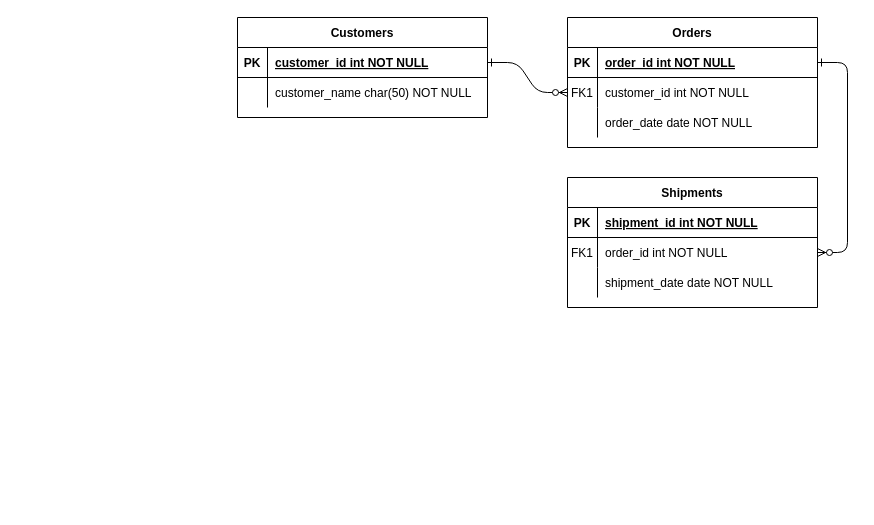
This is Manivannan_Assign3.drawio from JaikishanMK0701/Projects, a draw.io file, before an edit. Source tidied: cells renumbered, new cells numbered last; positions are measured from the earlier drawing's top-left corner, leaving out a move shared by most shapes. Both pictures are drawn from the tidied source at 100%, with x=0, y=0 at pixel (237, 17).
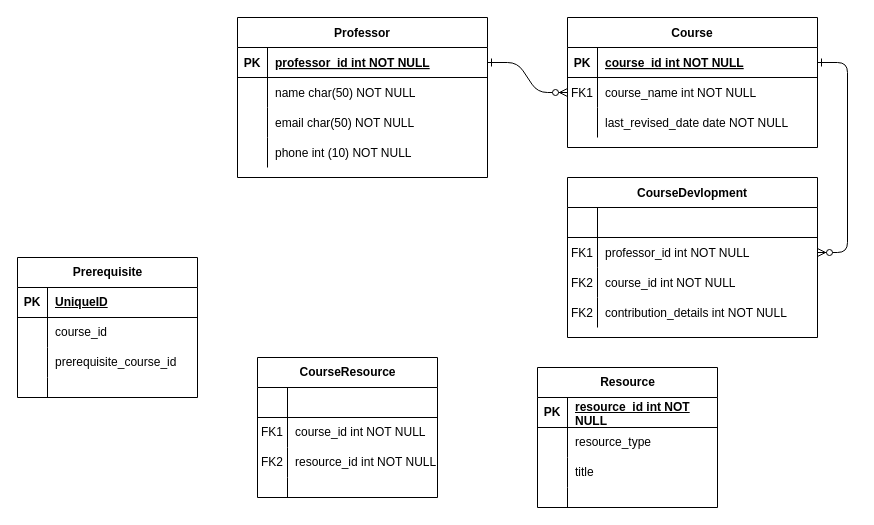
Above is the later version.

Unchanged cells that the change refers to:
```xml
<mxCell id="5" style="shape=partialRectangle;fillColor=none;points=[[0,0.5],[1,0.5]];portConstraint=eastwest;top=0;left=0;right=0;bottom=1;" parent="4" vertex="1">
  <mxGeometry y="30" width="250" height="30" as="geometry" />
</mxCell>
<mxCell id="8" style="shape=partialRectangle;fillColor=none;points=[[0,0.5],[1,0.5]];portConstraint=eastwest;top=0;left=0;right=0;bottom=0;" parent="4" vertex="1">
  <mxGeometry y="60" width="250" height="30" as="geometry" />
</mxCell>
<mxCell id="11" style="shape=partialRectangle;fillColor=none;top=0;left=0;right=0;bottom=0;" parent="4" vertex="1">
  <mxGeometry y="90" width="250" height="30" as="geometry" />
</mxCell>
<mxCell id="15" style="shape=partialRectangle;fillColor=none;top=0;left=0;right=0;bottom=1;" parent="14" vertex="1">
  <mxGeometry y="30" width="250" height="30" as="geometry" />
</mxCell>
<mxCell id="18" style="shape=partialRectangle;fillColor=none;points=[[0,0.5],[1,0.5]];portConstraint=eastwest;top=0;left=0;right=0;bottom=0;" parent="14" vertex="1">
  <mxGeometry y="60" width="250" height="30" as="geometry" />
</mxCell>
<mxCell id="21" style="shape=partialRectangle;fillColor=none;top=0;left=0;right=0;bottom=0;" parent="14" vertex="1">
  <mxGeometry y="90" width="250" height="30" as="geometry" />
</mxCell>
<mxCell id="25" style="shape=partialRectangle;fillColor=none;points=[[0,0.5],[1,0.5]];portConstraint=eastwest;top=0;left=0;right=0;bottom=1;" parent="24" vertex="1">
  <mxGeometry y="30" width="250" height="30" as="geometry" />
</mxCell>
```

What changed in the source:
```diff
@@
-    <mxCell id="4" value="Orders" style="shape=table;startSize=30;childLayout=tableLayout;rowLines=0;fontStyle=1;align=center;" parent="1" vertex="1">
+    <mxCell id="4" value="Course" style="shape=table;startSize=30;childLayout=tableLayout;rowLines=0;fontStyle=1;align=center;" parent="1" vertex="1">
       <mxGeometry x="330" width="250" height="130" as="geometry" />
     </mxCell>
@@
-    <mxCell id="7" value="order_id int NOT NULL " style="shape=partialRectangle;overflow=hidden;fillColor=none;top=0;left=0;bottom=0;right=0;align=left;spacingLeft=6;fontStyle=5;" parent="5" vertex="1">
+    <mxCell id="7" value="course_id int NOT NULL " style="shape=partialRectangle;overflow=hidden;fillColor=none;top=0;left=0;bottom=0;right=0;align=left;spacingLeft=6;fontStyle=5;" parent="5" vertex="1">
       <mxGeometry x="30" width="220" height="30" as="geometry" />
     </mxCell>
@@
-    <mxCell id="10" value="customer_id int NOT NULL" style="shape=partialRectangle;overflow=hidden;fillColor=none;top=0;left=0;bottom=0;right=0;align=left;spacingLeft=6;" parent="8" vertex="1">
+    <mxCell id="10" value="course_name int NOT NULL" style="shape=partialRectangle;overflow=hidden;fillColor=none;top=0;left=0;bottom=0;right=0;align=left;spacingLeft=6;" parent="8" vertex="1">
       <mxGeometry x="30" width="220" height="30" as="geometry" />
     </mxCell>
@@
-    <mxCell id="13" value="order_date date NOT NULL" style="shape=partialRectangle;overflow=hidden;fillColor=none;top=0;left=0;bottom=0;right=0;align=left;spacingLeft=6;" parent="11" vertex="1">
+    <mxCell id="13" value="last_revised_date date NOT NULL" style="shape=partialRectangle;overflow=hidden;fillColor=none;top=0;left=0;bottom=0;right=0;align=left;spacingLeft=6;" parent="11" vertex="1">
       <mxGeometry x="30" width="220" height="30" as="geometry" />
     </mxCell>
-    <mxCell id="14" value="Shipments" style="shape=table;startSize=30;childLayout=tableLayout;rowLines=0;fontStyle=1;align=center;" parent="1" vertex="1">
-      <mxGeometry x="330" y="160" width="250" height="130" as="geometry" />
+    <mxCell id="14" value="CourseDevlopment" style="shape=table;startSize=30;childLayout=tableLayout;rowLines=0;fontStyle=1;align=center;" parent="1" vertex="1">
+      <mxGeometry x="330" y="160" width="250" height="160" as="geometry" />
     </mxCell>
@@
-    <mxCell id="16" value="PK" style="shape=partialRectangle;overflow=hidden;fillColor=none;top=0;left=0;bottom=0;right=0;fontStyle=1;" parent="15" vertex="1">
+    <mxCell id="16" style="shape=partialRectangle;overflow=hidden;fillColor=none;top=0;left=0;bottom=0;right=0;fontStyle=1;" parent="15" vertex="1">
       <mxGeometry width="30" height="30" as="geometry" />
     </mxCell>
-    <mxCell id="17" value="shipment_id int NOT NULL " style="shape=partialRectangle;overflow=hidden;fillColor=none;top=0;left=0;bottom=0;right=0;align=left;spacingLeft=6;fontStyle=5;" parent="15" vertex="1">
+    <mxCell id="17" style="shape=partialRectangle;overflow=hidden;fillColor=none;top=0;left=0;bottom=0;right=0;align=left;spacingLeft=6;fontStyle=5;" parent="15" vertex="1">
       <mxGeometry x="30" width="220" height="30" as="geometry" />
     </mxCell>
@@
-    <mxCell id="20" value="order_id int NOT NULL" style="shape=partialRectangle;overflow=hidden;fillColor=none;top=0;left=0;bottom=0;right=0;align=left;spacingLeft=6;" parent="18" vertex="1">
+    <mxCell id="20" value="professor_id int NOT NULL" style="shape=partialRectangle;overflow=hidden;fillColor=none;top=0;left=0;bottom=0;right=0;align=left;spacingLeft=6;" parent="18" vertex="1">
       <mxGeometry x="30" width="220" height="30" as="geometry" />
     </mxCell>
@@
-    <mxCell id="22" style="shape=partialRectangle;overflow=hidden;fillColor=none;top=0;left=0;bottom=0;right=0;" parent="21" vertex="1">
+    <mxCell id="22" value="FK2" style="shape=partialRectangle;overflow=hidden;fillColor=none;top=0;left=0;bottom=0;right=0;" parent="21" vertex="1">
       <mxGeometry width="30" height="30" as="geometry" />
     </mxCell>
-    <mxCell id="23" value="shipment_date date NOT NULL" style="shape=partialRectangle;overflow=hidden;fillColor=none;top=0;left=0;bottom=0;right=0;align=left;spacingLeft=6;" parent="21" vertex="1">
+    <mxCell id="23" value="course_id int NOT NULL" style="shape=partialRectangle;overflow=hidden;fillColor=none;top=0;left=0;bottom=0;right=0;align=left;spacingLeft=6;" parent="21" vertex="1">
       <mxGeometry x="30" width="220" height="30" as="geometry" />
     </mxCell>
+    <mxCell id="31" style="shape=partialRectangle;fillColor=none;top=0;left=0;right=0;bottom=0;" parent="14" vertex="1">
+      <mxGeometry y="120" width="250" height="30" as="geometry" />
+    </mxCell>
+    <mxCell id="32" value="FK2" style="shape=partialRectangle;overflow=hidden;fillColor=none;top=0;left=0;bottom=0;right=0;" parent="31" vertex="1">
+      <mxGeometry width="30" height="30" as="geometry" />
+    </mxCell>
+    <mxCell id="33" value="contribution_details int NOT NULL" style="shape=partialRectangle;overflow=hidden;fillColor=none;top=0;left=0;bottom=0;right=0;align=left;spacingLeft=6;" parent="31" vertex="1">
+      <mxGeometry x="30" width="220" height="30" as="geometry" />
+    </mxCell>
-    <mxCell id="24" value="Customers" style="shape=table;startSize=30;childLayout=tableLayout;rowLines=0;fontStyle=1;align=center;" parent="1" vertex="1">
-      <mxGeometry width="250" height="100" as="geometry" />
+    <mxCell id="24" value="Professor" style="shape=table;startSize=30;childLayout=tableLayout;rowLines=0;fontStyle=1;align=center;" parent="1" vertex="1">
+      <mxGeometry width="250" height="160" as="geometry" />
     </mxCell>
@@
-    <mxCell id="27" value="customer_id int NOT NULL " style="shape=partialRectangle;overflow=hidden;fillColor=none;top=0;left=0;bottom=0;right=0;align=left;spacingLeft=6;fontStyle=5;" parent="25" vertex="1">
+    <mxCell id="27" value="professor_id int NOT NULL " style="shape=partialRectangle;overflow=hidden;fillColor=none;top=0;left=0;bottom=0;right=0;align=left;spacingLeft=6;fontStyle=5;" parent="25" vertex="1">
       <mxGeometry x="30" width="220" height="30" as="geometry" />
     </mxCell>
+    <mxCell id="34" style="shape=partialRectangle;fillColor=none;top=0;left=0;right=0;bottom=0;" parent="24" vertex="1">
+      <mxGeometry y="60" width="250" height="30" as="geometry" />
+    </mxCell>
+    <mxCell id="35" style="shape=partialRectangle;overflow=hidden;fillColor=none;top=0;left=0;bottom=0;right=0;" parent="34" vertex="1">
+      <mxGeometry width="30" height="30" as="geometry" />
+    </mxCell>
+    <mxCell id="36" value="name char(50) NOT NULL" style="shape=partialRectangle;overflow=hidden;fillColor=none;top=0;left=0;bottom=0;right=0;align=left;spacingLeft=6;" parent="34" vertex="1">
+      <mxGeometry x="30" width="220" height="30" as="geometry" />
+    </mxCell>
+    <mxCell id="37" style="shape=partialRectangle;fillColor=none;top=0;left=0;right=0;bottom=0;" parent="24" vertex="1">
+      <mxGeometry y="90" width="250" height="30" as="geometry" />
+    </mxCell>
+    <mxCell id="38" style="shape=partialRectangle;overflow=hidden;fillColor=none;top=0;left=0;bottom=0;right=0;" parent="37" vertex="1">
+      <mxGeometry width="30" height="30" as="geometry" />
+    </mxCell>
+    <mxCell id="39" value="email char(50) NOT NULL" style="shape=partialRectangle;overflow=hidden;fillColor=none;top=0;left=0;bottom=0;right=0;align=left;spacingLeft=6;" parent="37" vertex="1">
+      <mxGeometry x="30" width="220" height="30" as="geometry" />
+    </mxCell>
     <mxCell id="28" style="shape=partialRectangle;fillColor=none;top=0;left=0;right=0;bottom=0;" parent="24" vertex="1">
-      <mxGeometry y="60" width="250" height="30" as="geometry" />
+      <mxGeometry y="120" width="250" height="30" as="geometry" />
     </mxCell>
@@
-    <mxCell id="30" value="customer_name char(50) NOT NULL" style="shape=partialRectangle;overflow=hidden;fillColor=none;top=0;left=0;bottom=0;right=0;align=left;spacingLeft=6;" parent="28" vertex="1">
+    <mxCell id="30" value="phone int (10) NOT NULL" style="shape=partialRectangle;overflow=hidden;fillColor=none;top=0;left=0;bottom=0;right=0;align=left;spacingLeft=6;" parent="28" vertex="1">
       <mxGeometry x="30" width="220" height="30" as="geometry" />
     </mxCell>
+    <mxCell id="40" value="Resource" style="shape=table;startSize=30;childLayout=tableLayout;rowLines=0;fontStyle=1;align=center;html=1;" parent="1" vertex="1">
+      <mxGeometry x="300" y="350" width="180" height="140" as="geometry" />
+    </mxCell>
+    <mxCell id="41" style="shape=tableRow;horizontal=0;startSize=0;swimlaneHead=0;swimlaneBody=0;fillColor=none;top=0;left=0;right=0;bottom=1;" parent="40" vertex="1">
+      <mxGeometry y="30" width="180" height="30" as="geometry" />
+    </mxCell>
+    <mxCell id="42" value="PK" style="shape=partialRectangle;fillColor=none;top=0;left=0;bottom=0;right=0;fontStyle=1;overflow=hidden;whiteSpace=wrap;html=1;" parent="41" vertex="1">
+      <mxGeometry width="30" height="30" as="geometry" />
+    </mxCell>
+    <mxCell id="43" value="resource_id int NOT NULL" style="shape=partialRectangle;fillColor=none;top=0;left=0;bottom=0;right=0;align=left;spacingLeft=6;fontStyle=5;overflow=hidden;whiteSpace=wrap;html=1;" parent="41" vertex="1">
+      <mxGeometry x="30" width="150" height="30" as="geometry" />
+    </mxCell>
+    <mxCell id="44" style="shape=tableRow;horizontal=0;startSize=0;swimlaneHead=0;swimlaneBody=0;fillColor=none;top=0;left=0;right=0;bottom=0;" parent="40" vertex="1">
+      <mxGeometry y="60" width="180" height="30" as="geometry" />
+    </mxCell>
+    <mxCell id="45" style="shape=partialRectangle;fillColor=none;top=0;left=0;bottom=0;right=0;overflow=hidden;whiteSpace=wrap;html=1;" parent="44" vertex="1">
+      <mxGeometry width="30" height="30" as="geometry" />
+    </mxCell>
+    <mxCell id="46" value="resource_type" style="shape=partialRectangle;fillColor=none;top=0;left=0;bottom=0;right=0;align=left;spacingLeft=6;overflow=hidden;whiteSpace=wrap;html=1;" parent="44" vertex="1">
+      <mxGeometry x="30" width="150" height="30" as="geometry" />
+    </mxCell>
+    <mxCell id="47" style="shape=tableRow;horizontal=0;startSize=0;swimlaneHead=0;swimlaneBody=0;fillColor=none;top=0;left=0;right=0;bottom=0;" parent="40" vertex="1">
+      <mxGeometry y="90" width="180" height="30" as="geometry" />
+    </mxCell>
+    <mxCell id="48" style="shape=partialRectangle;fillColor=none;top=0;left=0;bottom=0;right=0;overflow=hidden;whiteSpace=wrap;html=1;" parent="47" vertex="1">
+      <mxGeometry width="30" height="30" as="geometry" />
+    </mxCell>
+    <mxCell id="49" value="title" style="shape=partialRectangle;fillColor=none;top=0;left=0;bottom=0;right=0;align=left;spacingLeft=6;overflow=hidden;whiteSpace=wrap;html=1;" parent="47" vertex="1">
+      <mxGeometry x="30" width="150" height="30" as="geometry" />
+    </mxCell>
+    <mxCell id="50" style="shape=tableRow;horizontal=0;startSize=0;swimlaneHead=0;swimlaneBody=0;fillColor=none;top=0;left=0;right=0;bottom=0;" parent="40" vertex="1">
+      <mxGeometry y="120" width="180" height="20" as="geometry" />
+    </mxCell>
+    <mxCell id="51" style="shape=partialRectangle;fillColor=none;top=0;left=0;bottom=0;right=0;overflow=hidden;whiteSpace=wrap;html=1;" parent="50" vertex="1">
+      <mxGeometry width="30" height="20" as="geometry" />
+    </mxCell>
+    <mxCell id="52" style="shape=partialRectangle;fillColor=none;top=0;left=0;bottom=0;right=0;align=left;spacingLeft=6;overflow=hidden;whiteSpace=wrap;html=1;" parent="50" vertex="1">
+      <mxGeometry x="30" width="150" height="20" as="geometry" />
+    </mxCell>
+    <mxCell id="53" value="Prerequisite" style="shape=table;startSize=30;childLayout=tableLayout;rowLines=0;fontStyle=1;align=center;html=1;" parent="1" vertex="1">
+      <mxGeometry x="-220" y="240" width="180" height="140" as="geometry" />
+    </mxCell>
+    <mxCell id="54" style="shape=tableRow;horizontal=0;startSize=0;swimlaneHead=0;swimlaneBody=0;fillColor=none;top=0;left=0;right=0;bottom=1;" parent="53" vertex="1">
+      <mxGeometry y="30" width="180" height="30" as="geometry" />
+    </mxCell>
+    <mxCell id="55" value="PK" style="shape=partialRectangle;fillColor=none;top=0;left=0;bottom=0;right=0;fontStyle=1;overflow=hidden;whiteSpace=wrap;html=1;" parent="54" vertex="1">
+      <mxGeometry width="30" height="30" as="geometry" />
+    </mxCell>
+    <mxCell id="56" value="UniqueID" style="shape=partialRectangle;fillColor=none;top=0;left=0;bottom=0;right=0;align=left;spacingLeft=6;fontStyle=5;overflow=hidden;whiteSpace=wrap;html=1;" parent="54" vertex="1">
+      <mxGeometry x="30" width="150" height="30" as="geometry" />
+    </mxCell>
+    <mxCell id="57" style="shape=tableRow;horizontal=0;startSize=0;swimlaneHead=0;swimlaneBody=0;fillColor=none;top=0;left=0;right=0;bottom=0;" parent="53" vertex="1">
+      <mxGeometry y="60" width="180" height="30" as="geometry" />
+    </mxCell>
+    <mxCell id="58" style="shape=partialRectangle;fillColor=none;top=0;left=0;bottom=0;right=0;overflow=hidden;whiteSpace=wrap;html=1;" parent="57" vertex="1">
+      <mxGeometry width="30" height="30" as="geometry" />
+    </mxCell>
+    <mxCell id="59" value="course_id" style="shape=partialRectangle;fillColor=none;top=0;left=0;bottom=0;right=0;align=left;spacingLeft=6;overflow=hidden;whiteSpace=wrap;html=1;" parent="57" vertex="1">
+      <mxGeometry x="30" width="150" height="30" as="geometry" />
+    </mxCell>
+    <mxCell id="60" style="shape=tableRow;horizontal=0;startSize=0;swimlaneHead=0;swimlaneBody=0;fillColor=none;top=0;left=0;right=0;bottom=0;" parent="53" vertex="1">
+      <mxGeometry y="90" width="180" height="30" as="geometry" />
+    </mxCell>
+    <mxCell id="61" style="shape=partialRectangle;fillColor=none;top=0;left=0;bottom=0;right=0;overflow=hidden;whiteSpace=wrap;html=1;" parent="60" vertex="1">
+      <mxGeometry width="30" height="30" as="geometry" />
+    </mxCell>
+    <mxCell id="62" value="prerequisite_course_id" style="shape=partialRectangle;fillColor=none;top=0;left=0;bottom=0;right=0;align=left;spacingLeft=6;overflow=hidden;whiteSpace=wrap;html=1;" parent="60" vertex="1">
+      <mxGeometry x="30" width="150" height="30" as="geometry" />
+    </mxCell>
+    <mxCell id="63" style="shape=tableRow;horizontal=0;startSize=0;swimlaneHead=0;swimlaneBody=0;fillColor=none;top=0;left=0;right=0;bottom=0;" parent="53" vertex="1">
+      <mxGeometry y="120" width="180" height="20" as="geometry" />
+    </mxCell>
+    <mxCell id="64" style="shape=partialRectangle;fillColor=none;top=0;left=0;bottom=0;right=0;overflow=hidden;whiteSpace=wrap;html=1;" parent="63" vertex="1">
+      <mxGeometry width="30" height="20" as="geometry" />
+    </mxCell>
+    <mxCell id="65" style="shape=partialRectangle;fillColor=none;top=0;left=0;bottom=0;right=0;align=left;spacingLeft=6;overflow=hidden;whiteSpace=wrap;html=1;" parent="63" vertex="1">
+      <mxGeometry x="30" width="150" height="20" as="geometry" />
+    </mxCell>
+    <mxCell id="66" value="CourseResource" style="shape=table;startSize=30;childLayout=tableLayout;rowLines=0;fontStyle=1;align=center;html=1;" parent="1" vertex="1">
+      <mxGeometry x="20" y="340" width="180" height="140" as="geometry" />
+    </mxCell>
+    <mxCell id="67" style="shape=tableRow;horizontal=0;startSize=0;swimlaneHead=0;swimlaneBody=0;fillColor=none;top=0;left=0;right=0;bottom=1;" parent="66" vertex="1">
+      <mxGeometry y="30" width="180" height="30" as="geometry" />
+    </mxCell>
+    <mxCell id="68" style="shape=partialRectangle;fillColor=none;top=0;left=0;bottom=0;right=0;fontStyle=1;overflow=hidden;whiteSpace=wrap;html=1;" parent="67" vertex="1">
+      <mxGeometry width="30" height="30" as="geometry" />
+    </mxCell>
+    <mxCell id="69" style="shape=partialRectangle;fillColor=none;top=0;left=0;bottom=0;right=0;align=left;spacingLeft=6;fontStyle=5;overflow=hidden;whiteSpace=wrap;html=1;" parent="67" vertex="1">
+      <mxGeometry x="30" width="150" height="30" as="geometry" />
+    </mxCell>
+    <mxCell id="70" style="shape=tableRow;horizontal=0;startSize=0;swimlaneHead=0;swimlaneBody=0;fillColor=none;top=0;left=0;right=0;bottom=0;" parent="66" vertex="1">
+      <mxGeometry y="60" width="180" height="30" as="geometry" />
+    </mxCell>
+    <mxCell id="71" value="FK1" style="shape=partialRectangle;fillColor=none;top=0;left=0;bottom=0;right=0;overflow=hidden;whiteSpace=wrap;html=1;" parent="70" vertex="1">
+      <mxGeometry width="30" height="30" as="geometry" />
+    </mxCell>
+    <mxCell id="72" value="course_id int NOT NULL" style="shape=partialRectangle;fillColor=none;top=0;left=0;bottom=0;right=0;align=left;spacingLeft=6;overflow=hidden;whiteSpace=wrap;html=1;" parent="70" vertex="1">
+      <mxGeometry x="30" width="150" height="30" as="geometry" />
+    </mxCell>
+    <mxCell id="73" style="shape=tableRow;horizontal=0;startSize=0;swimlaneHead=0;swimlaneBody=0;fillColor=none;top=0;left=0;right=0;bottom=0;" parent="66" vertex="1">
+      <mxGeometry y="90" width="180" height="30" as="geometry" />
+    </mxCell>
+    <mxCell id="74" value="FK2" style="shape=partialRectangle;fillColor=none;top=0;left=0;bottom=0;right=0;overflow=hidden;whiteSpace=wrap;html=1;" parent="73" vertex="1">
+      <mxGeometry width="30" height="30" as="geometry" />
+    </mxCell>
+    <mxCell id="75" value="resource_id int NOT NULL" style="shape=partialRectangle;fillColor=none;top=0;left=0;bottom=0;right=0;align=left;spacingLeft=6;overflow=hidden;whiteSpace=wrap;html=1;" parent="73" vertex="1">
+      <mxGeometry x="30" width="150" height="30" as="geometry" />
+    </mxCell>
+    <mxCell id="76" style="shape=tableRow;horizontal=0;startSize=0;swimlaneHead=0;swimlaneBody=0;fillColor=none;top=0;left=0;right=0;bottom=0;" parent="66" vertex="1">
+      <mxGeometry y="120" width="180" height="20" as="geometry" />
+    </mxCell>
+    <mxCell id="77" style="shape=partialRectangle;fillColor=none;top=0;left=0;bottom=0;right=0;overflow=hidden;whiteSpace=wrap;html=1;" parent="76" vertex="1">
+      <mxGeometry width="30" height="20" as="geometry" />
+    </mxCell>
+    <mxCell id="78" style="shape=partialRectangle;fillColor=none;top=0;left=0;bottom=0;right=0;align=left;spacingLeft=6;overflow=hidden;whiteSpace=wrap;html=1;" parent="76" vertex="1">
+      <mxGeometry x="30" width="150" height="20" as="geometry" />
+    </mxCell>
```
